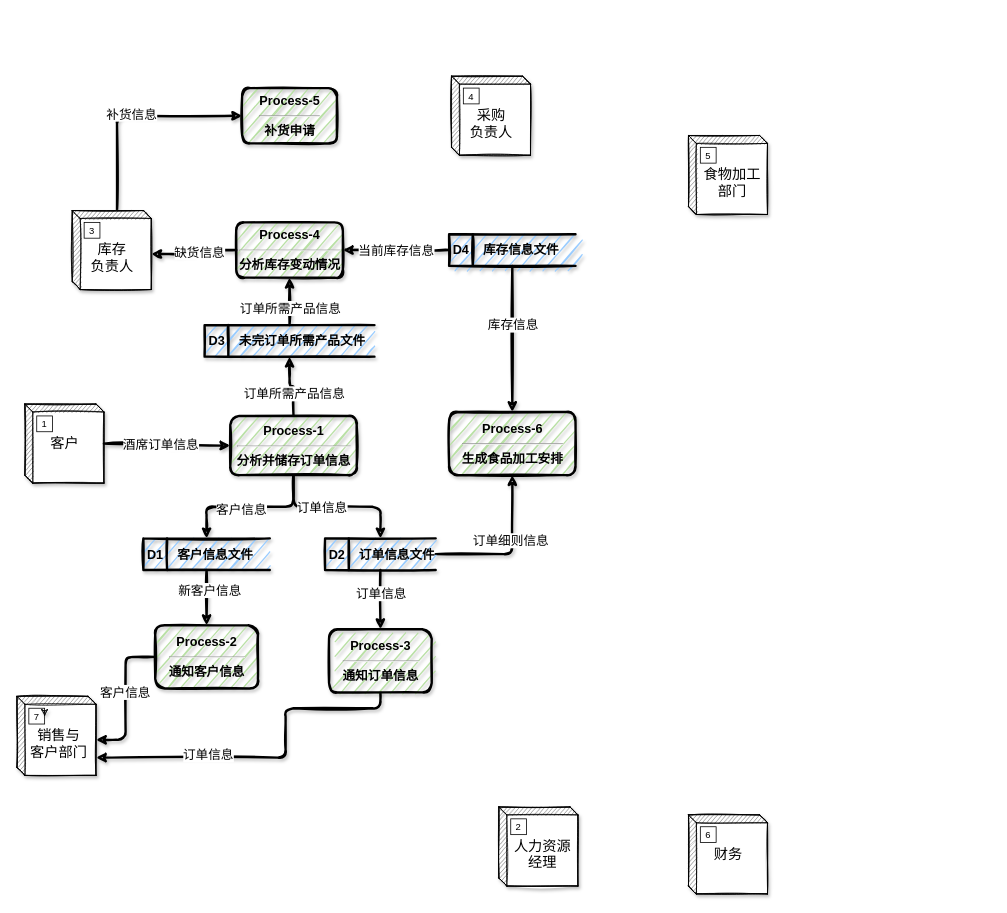
YuanchenZhu2020/DrawIO keeps this draw.io diagram as DFD/DFD_layer_0.drawio. Above is the earlier version. Source tidied: cells renumbered, new cells numbered last; positions are measured from the earlier drawing's top-left corner, leaving out a move shared by most shapes. Both pictures are drawn from the tidied source at 79%, with x=0, y=0 at pixel (17, 76).
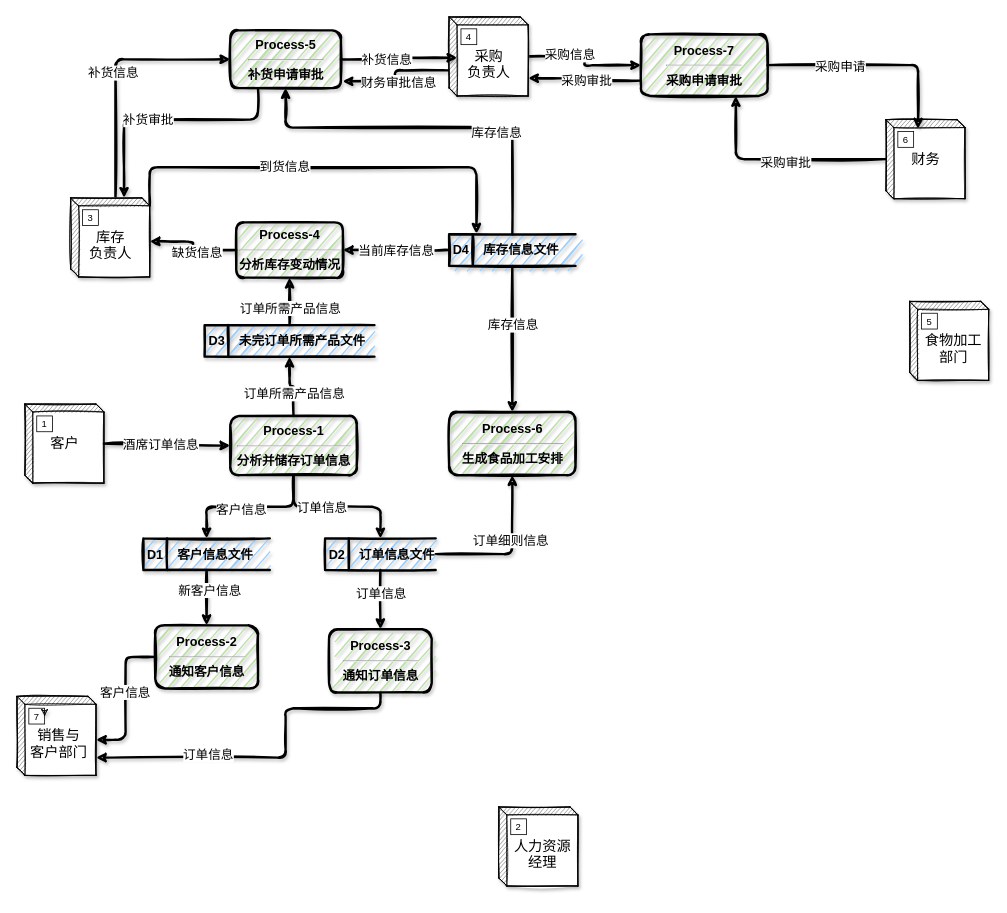
Above is the later version.

Unchanged cells that the change refers to:
```xml
<mxCell id="52" value="&lt;b&gt;&lt;font style=&quot;font-size: 16px&quot;&gt;D4&amp;nbsp; &amp;nbsp; 库存信息文件&lt;/font&gt;&lt;/b&gt;" style="html=1;dashed=0;whitespace=wrap;shape=mxgraph.dfd.dataStoreID;align=left;spacingLeft=3;points=[[0,0],[0.5,0],[1,0],[0,0.5],[1,0.5],[0,1],[0.5,1],[1,1]];rounded=1;shadow=1;sketch=1;strokeWidth=3;fillColor=#99CCFF;" parent="1" vertex="1">
  <mxGeometry x="547" y="200" width="160" height="40" as="geometry" />
</mxCell>
```

Change to the diagram source:
```diff
@@
+    <mxCell id="55" style="edgeStyle=orthogonalEdgeStyle;sketch=1;jettySize=auto;html=1;exitX=0;exitY=0;exitDx=100;exitDy=10;exitPerimeter=0;entryX=0.216;entryY=-0.016;entryDx=0;entryDy=0;entryPerimeter=0;shadow=1;strokeWidth=3;" parent="1" edge="1" source="8" target="52">
+      <mxGeometry relative="1" as="geometry">
+        <Array as="points">
+          <mxPoint x="168" y="115" />
+          <mxPoint x="582" y="115" />
+        </Array>
+      </mxGeometry>
+    </mxCell>
+    <mxCell id="56" value="&lt;font style=&quot;font-size: 16px&quot;&gt;到货信息&lt;/font&gt;" style="edgeLabel;html=1;align=center;verticalAlign=middle;" parent="55" vertex="1">
+      <mxGeometry x="-0.2" y="1" relative="1" as="geometry" />
+    </mxCell>
     <mxCell id="8" value="&lt;font style=&quot;font-size: 18px&quot;&gt;&lt;br&gt;库存&lt;br&gt;负责人&lt;/font&gt;" style="html=1;dashed=0;whitespace=wrap;shape=mxgraph.dfd.externalEntity;sketch=1;shadow=1;" parent="1" vertex="1">
-      <mxGeometry x="70" y="170" width="100" height="100" as="geometry" />
+      <mxGeometry x="68" y="154" width="100" height="100" as="geometry" />
     </mxCell>
@@
+    <mxCell id="57" style="edgeStyle=orthogonalEdgeStyle;sketch=1;jettySize=auto;html=1;shadow=1;strokeWidth=3;" parent="1" edge="1" source="10" target="73">
+      <mxGeometry relative="1" as="geometry" />
+    </mxCell>
+    <mxCell id="58" value="&lt;font style=&quot;font-size: 16px&quot;&gt;采购信息&lt;/font&gt;" style="edgeLabel;html=1;align=center;verticalAlign=middle;" parent="57" vertex="1">
+      <mxGeometry x="-0.32" y="3" relative="1" as="geometry" />
+    </mxCell>
+    <mxCell id="59" style="edgeStyle=orthogonalEdgeStyle;sketch=1;jettySize=auto;html=1;exitX=0;exitY=0;exitDx=0;exitDy=67.5;exitPerimeter=0;entryX=1.015;entryY=0.882;entryDx=0;entryDy=0;entryPerimeter=0;shadow=1;strokeWidth=3;" parent="1" edge="1" source="10" target="53">
+      <mxGeometry relative="1" as="geometry" />
+    </mxCell>
+    <mxCell id="60" value="&lt;font style=&quot;font-size: 16px&quot;&gt;财务审批信息&lt;/font&gt;" style="edgeLabel;html=1;align=center;verticalAlign=middle;" parent="59" vertex="1">
+      <mxGeometry x="0.34" y="1" relative="1" as="geometry">
+        <mxPoint x="21.9" as="offset" />
+      </mxGeometry>
+    </mxCell>
     <mxCell id="10" value="&lt;font style=&quot;font-size: 18px&quot;&gt;&lt;br&gt;采购&lt;br&gt;负责人&lt;/font&gt;" style="html=1;dashed=0;whitespace=wrap;shape=mxgraph.dfd.externalEntity;sketch=1;shadow=1;" parent="1" vertex="1">
-      <mxGeometry x="550" width="100" height="100" as="geometry" />
+      <mxGeometry x="547" y="-75" width="100" height="100" as="geometry" />
     </mxCell>
@@
     <mxCell id="12" value="&lt;font style=&quot;font-size: 18px&quot;&gt;&lt;br&gt;&amp;nbsp; 食物加工&lt;br&gt;&amp;nbsp; 部门&lt;/font&gt;" style="html=1;dashed=0;whitespace=wrap;shape=mxgraph.dfd.externalEntity;sketch=1;shadow=1;" parent="1" vertex="1">
-      <mxGeometry x="850" y="75" width="100" height="100" as="geometry" />
+      <mxGeometry x="1130" y="285" width="100" height="100" as="geometry" />
     </mxCell>
@@
+    <mxCell id="61" style="edgeStyle=orthogonalEdgeStyle;sketch=1;jettySize=auto;html=1;entryX=0.75;entryY=1;entryDx=0;entryDy=0;shadow=1;strokeWidth=3;" parent="1" edge="1" source="14" target="73">
+      <mxGeometry relative="1" as="geometry" />
+    </mxCell>
+    <mxCell id="62" value="&lt;font style=&quot;font-size: 16px&quot;&gt;采购审批&lt;/font&gt;" style="edgeLabel;html=1;align=center;verticalAlign=middle;" parent="61" vertex="1">
+      <mxGeometry x="-0.05" y="3" relative="1" as="geometry" />
+    </mxCell>
     <mxCell id="14" value="&lt;font style=&quot;font-size: 18px&quot;&gt;财务&lt;/font&gt;" style="html=1;dashed=0;whitespace=wrap;shape=mxgraph.dfd.externalEntity;fontSize=14;shadow=1;sketch=1;" parent="1" vertex="1">
-      <mxGeometry x="850" y="935" width="100" height="100" as="geometry" />
+      <mxGeometry x="1100" y="55" width="100" height="100" as="geometry" />
     </mxCell>
@@
+    <mxCell id="63" style="edgeStyle=orthogonalEdgeStyle;sketch=1;jettySize=auto;html=1;entryX=0.5;entryY=1;entryDx=0;entryDy=0;shadow=1;strokeWidth=3;" parent="1" edge="1" source="52" target="53">
+      <mxGeometry relative="1" as="geometry">
+        <Array as="points">
+          <mxPoint x="627" y="65" />
+          <mxPoint x="340" y="65" />
+        </Array>
+      </mxGeometry>
+    </mxCell>
+    <mxCell id="64" value="&lt;font style=&quot;font-size: 16px&quot;&gt;库存信息&lt;/font&gt;" style="edgeLabel;html=1;align=center;verticalAlign=middle;" parent="63" vertex="1">
+      <mxGeometry x="-0.34" y="5" relative="1" as="geometry" />
+    </mxCell>
@@
+    <mxCell id="65" style="edgeStyle=orthogonalEdgeStyle;sketch=1;jettySize=auto;html=1;entryX=0.104;entryY=0.516;entryDx=0;entryDy=0;entryPerimeter=0;shadow=1;strokeWidth=3;" parent="1" edge="1" source="53" target="10">
+      <mxGeometry relative="1" as="geometry" />
+    </mxCell>
+    <mxCell id="66" value="&lt;font style=&quot;font-size: 16px&quot;&gt;补货信息&lt;/font&gt;" style="edgeLabel;html=1;align=center;verticalAlign=middle;" parent="65" vertex="1">
+      <mxGeometry x="-0.24" relative="1" as="geometry" />
+    </mxCell>
+    <mxCell id="67" style="edgeStyle=orthogonalEdgeStyle;sketch=1;jettySize=auto;html=1;exitX=0.25;exitY=1;exitDx=0;exitDy=0;entryX=0;entryY=0;entryDx=67.5;entryDy=0;entryPerimeter=0;shadow=1;strokeWidth=3;" parent="1" edge="1" source="53" target="8">
+      <mxGeometry relative="1" as="geometry">
+        <Array as="points">
+          <mxPoint x="305" y="55" />
+          <mxPoint x="136" y="55" />
+        </Array>
+      </mxGeometry>
+    </mxCell>
+    <mxCell id="68" value="&lt;font style=&quot;font-size: 16px&quot;&gt;补货审批&lt;/font&gt;" style="edgeLabel;html=1;align=center;verticalAlign=middle;" parent="67" vertex="1">
+      <mxGeometry x="0.17" y="-1" relative="1" as="geometry" />
+    </mxCell>
-    <mxCell id="53" value="&lt;font style=&quot;font-size: 16px&quot;&gt;&lt;b&gt;Process-5&lt;/b&gt;&lt;/font&gt;&lt;hr style=&quot;font-size: 16px&quot;&gt;&lt;font style=&quot;font-size: 16px&quot;&gt;&lt;b&gt;补货申请&lt;/b&gt;&lt;/font&gt;" style="html=1;dashed=0;whitespace=wrap;rounded=1;shadow=1;sketch=1;strokeWidth=3;align=center;fillColor=#B9E0A5;" parent="1" vertex="1">
-      <mxGeometry x="285" y="15" width="120" height="70" as="geometry" />
+    <mxCell id="53" value="&lt;font style=&quot;font-size: 16px&quot;&gt;&lt;b&gt;Process-5&lt;/b&gt;&lt;/font&gt;&lt;hr style=&quot;font-size: 16px&quot;&gt;&lt;font style=&quot;font-size: 16px&quot;&gt;&lt;b&gt;补货申请审批&lt;/b&gt;&lt;/font&gt;" style="html=1;dashed=0;whitespace=wrap;rounded=1;shadow=1;sketch=1;strokeWidth=3;align=center;fillColor=#B9E0A5;" parent="1" vertex="1">
+      <mxGeometry x="270" y="-58" width="140" height="73" as="geometry" />
     </mxCell>
@@
+    <mxCell id="69" style="edgeStyle=orthogonalEdgeStyle;sketch=1;jettySize=auto;html=1;entryX=0.406;entryY=0.116;entryDx=0;entryDy=0;entryPerimeter=0;shadow=1;strokeWidth=3;" parent="1" edge="1" source="73" target="14">
+      <mxGeometry relative="1" as="geometry" />
+    </mxCell>
+    <mxCell id="70" value="&lt;font style=&quot;font-size: 16px&quot;&gt;采购申请&lt;/font&gt;" style="edgeLabel;html=1;align=center;verticalAlign=middle;" parent="69" vertex="1">
+      <mxGeometry x="-0.33" y="-1" relative="1" as="geometry" />
+    </mxCell>
+    <mxCell id="71" style="edgeStyle=orthogonalEdgeStyle;sketch=1;jettySize=auto;html=1;exitX=0;exitY=0.75;exitDx=0;exitDy=0;entryX=0;entryY=0;entryDx=100;entryDy=77.5;entryPerimeter=0;shadow=1;strokeWidth=3;" parent="1" edge="1" source="73" target="10">
+      <mxGeometry relative="1" as="geometry" />
+    </mxCell>
+    <mxCell id="72" value="&lt;font style=&quot;font-size: 16px&quot;&gt;采购审批&lt;/font&gt;" style="edgeLabel;html=1;align=center;verticalAlign=middle;" parent="71" vertex="1">
+      <mxGeometry x="0.33" y="-1" relative="1" as="geometry">
+        <mxPoint x="24.7" y="3.5" as="offset" />
+      </mxGeometry>
+    </mxCell>
+    <mxCell id="73" value="&lt;font style=&quot;font-size: 16px&quot;&gt;&lt;b&gt;Process-7&lt;/b&gt;&lt;/font&gt;&lt;hr style=&quot;font-size: 16px&quot;&gt;&lt;font style=&quot;font-size: 16px&quot;&gt;&lt;b&gt;采购申请审批&lt;/b&gt;&lt;/font&gt;" style="rounded=1;whiteSpace=wrap;html=1;shadow=1;dashed=0;sketch=1;strokeWidth=3;fillColor=#B9E0A5;" parent="1" vertex="1">
+      <mxGeometry x="790" y="-53" width="160" height="78" as="geometry" />
+    </mxCell>
```
